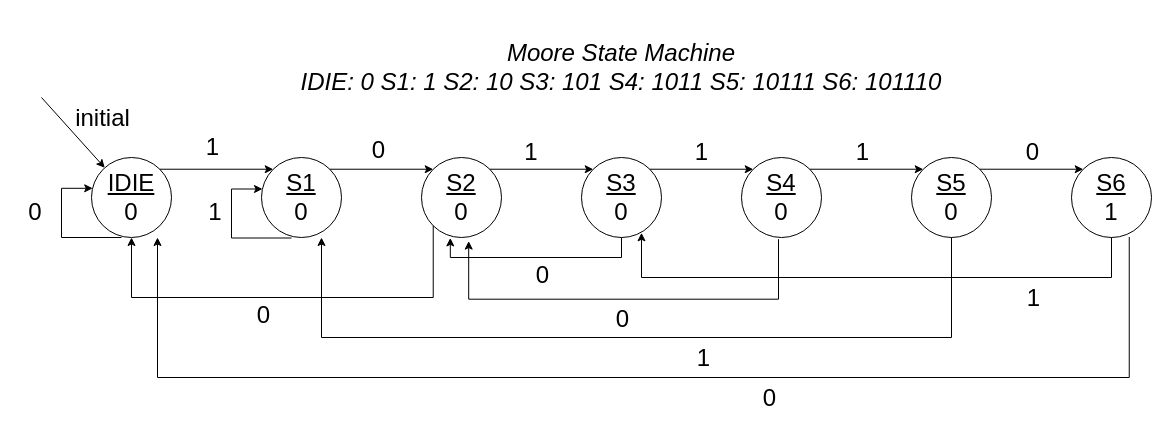
Earlier version of the draw.io diagram page "Moore State Machine" (2 of 3) of Lab2/images/Lab2_images.drawio (1102131860/ECE6276). Source tidied: cells renumbered, new cells numbered last; positions are measured from the earlier drawing's top-left corner, leaving out a move shared by most shapes. Both pictures are drawn from the tidied source at 100%, with x=0, y=0 at pixel (17, 17).
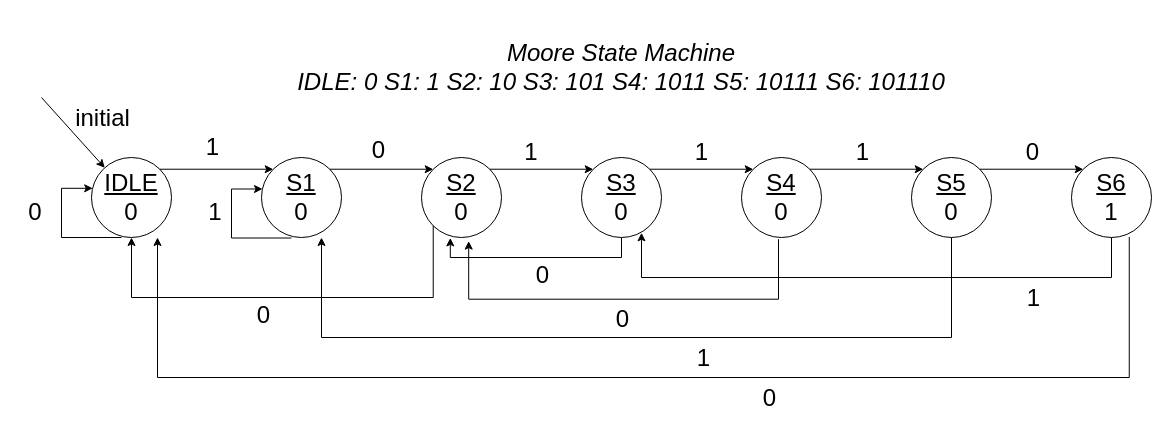
Above is the later version.

Diff of the diagram source:
```diff
@@
-    <mxCell id="2" value="&lt;u&gt;IDIE&lt;/u&gt;&lt;br&gt;0" style="ellipse;whiteSpace=wrap;html=1;fontSize=24;" parent="1" vertex="1">
+    <mxCell id="2" value="&lt;u&gt;IDLE&lt;/u&gt;&lt;br&gt;0" style="ellipse;whiteSpace=wrap;html=1;fontSize=24;" parent="1" vertex="1">
       <mxGeometry x="74" y="140" width="80" height="80" as="geometry" />
     </mxCell>
@@
-    <mxCell id="6" value="&lt;i&gt;&lt;font style=&quot;font-size: 24px;&quot;&gt;Moore State Machine&lt;br&gt;IDIE: 0 S1: 1&amp;nbsp;&lt;/font&gt;&lt;span style=&quot;font-size: 24px; background-color: transparent; color: light-dark(rgb(0, 0, 0), rgb(255, 255, 255));&quot;&gt;S2: 10&amp;nbsp;&lt;/span&gt;&lt;span style=&quot;font-size: 24px; background-color: transparent; color: light-dark(rgb(0, 0, 0), rgb(255, 255, 255));&quot;&gt;S3: 101&amp;nbsp;&lt;/span&gt;&lt;/i&gt;&lt;i style=&quot;font-size: 24px; background-color: transparent; color: light-dark(rgb(0, 0, 0), rgb(255, 255, 255));&quot;&gt;S4: 1011 S5: 10111 S6: 101110&lt;/i&gt;" style="text;html=1;align=center;verticalAlign=middle;whiteSpace=wrap;rounded=0;" parent="1" vertex="1">
+    <mxCell id="6" value="&lt;i&gt;&lt;font style=&quot;font-size: 24px;&quot;&gt;Moore State Machine&lt;br&gt;IDLE: 0 S1: 1&amp;nbsp;&lt;/font&gt;&lt;span style=&quot;font-size: 24px; background-color: transparent; color: light-dark(rgb(0, 0, 0), rgb(255, 255, 255));&quot;&gt;S2: 10&amp;nbsp;&lt;/span&gt;&lt;span style=&quot;font-size: 24px; background-color: transparent; color: light-dark(rgb(0, 0, 0), rgb(255, 255, 255));&quot;&gt;S3: 101&amp;nbsp;&lt;/span&gt;&lt;/i&gt;&lt;i style=&quot;font-size: 24px; background-color: transparent; color: light-dark(rgb(0, 0, 0), rgb(255, 255, 255));&quot;&gt;S4: 1011 S5: 10111 S6: 101110&lt;/i&gt;" style="text;html=1;align=center;verticalAlign=middle;whiteSpace=wrap;rounded=0;" parent="1" vertex="1">
       <mxGeometry x="266" width="676" height="100" as="geometry" />
     </mxCell>
```
